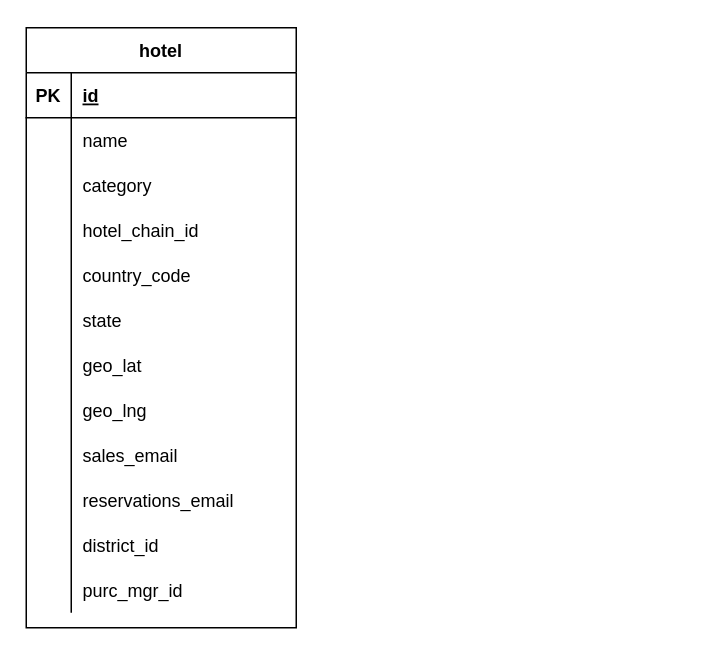
Earlier version of the draw.io diagram hotels_master_list.drawio (justivan/drawio-diagrams). Source tidied: cells renumbered, new cells numbered last; positions are measured from the earlier drawing's top-left corner, leaving out a move shared by most shapes. Both pictures are drawn from the tidied source at 150%, with x=0, y=0 at pixel (26, 27).
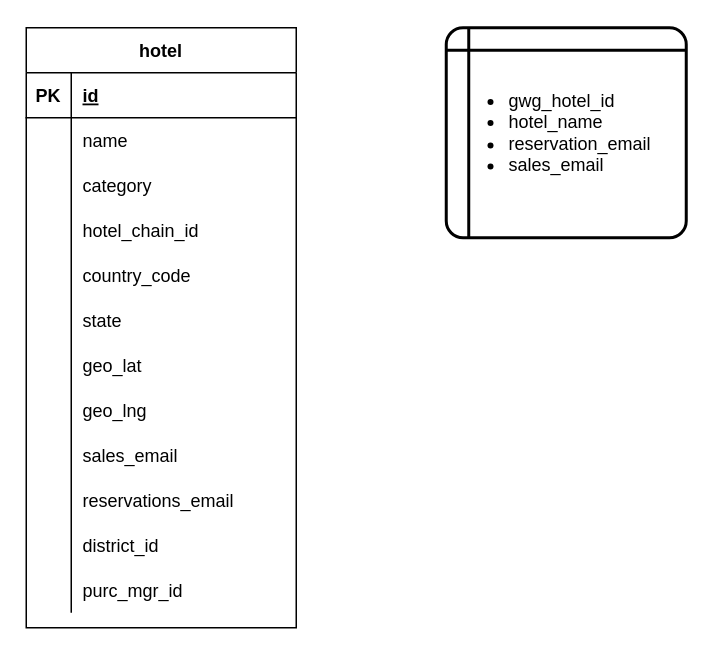
The same page after the edit.

What changed in the source:
```diff
@@
+    <mxCell id="39" value="&lt;ul&gt;&lt;li&gt;gwg_hotel_id&lt;/li&gt;&lt;li&gt;hotel_name&lt;/li&gt;&lt;li&gt;reservation_email&lt;/li&gt;&lt;li&gt;sales_email&lt;/li&gt;&lt;/ul&gt;" style="shape=internalStorage;whiteSpace=wrap;html=1;dx=15;dy=15;rounded=1;arcSize=8;strokeWidth=2;align=left;" parent="1" vertex="1">
+      <mxGeometry x="280" width="160" height="140" as="geometry" />
+    </mxCell>
```
